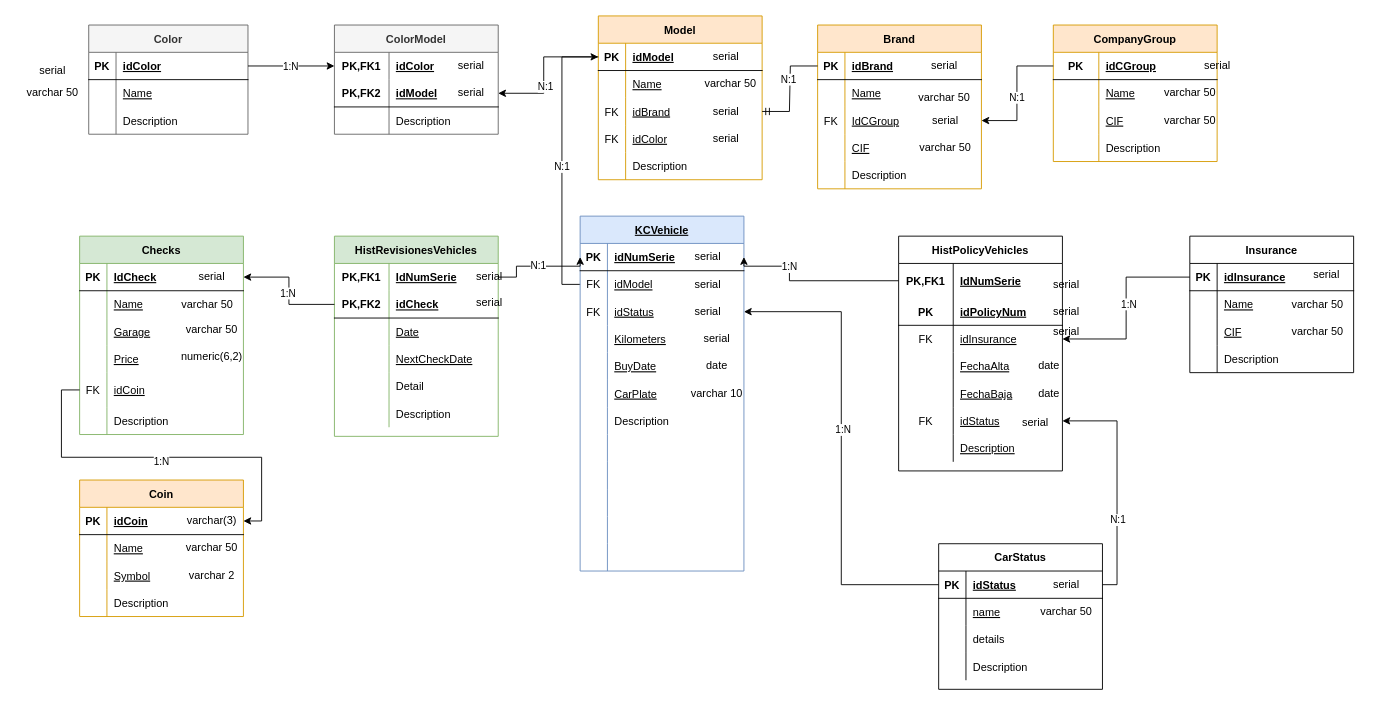
scastrom91/scastrom91 keeps this draw.io diagram as S.Castro - SQL KCVehicles/scastro KCVehicles.drawio. Above is the earlier version. Source tidied: cells renumbered, new cells numbered last; positions are measured from the earlier drawing's top-left corner, leaving out a move shared by most shapes. Both pictures are drawn from the tidied source at 91%, with x=0, y=0 at pixel (15, 15).
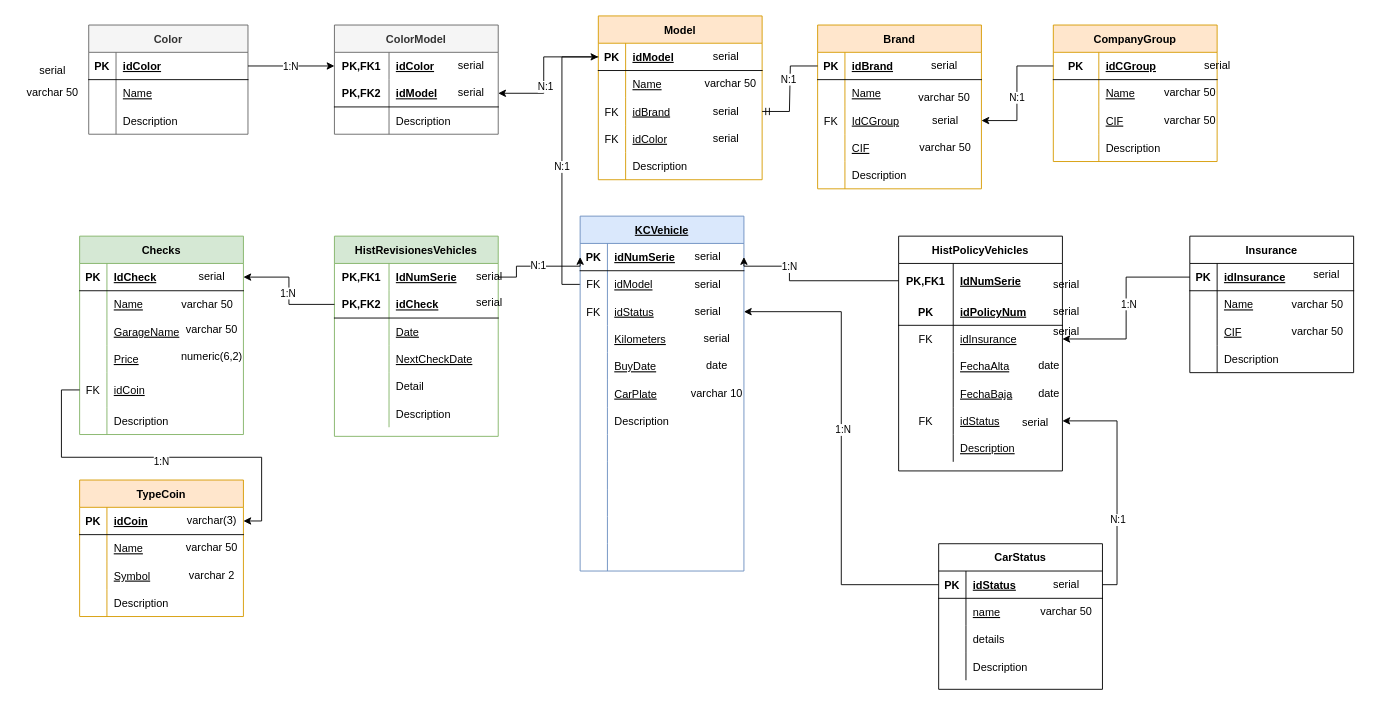
The same page after the edit.

The change refers to these unchanged cells:
```xml
<mxCell id="77" style="shape=tableRow;horizontal=0;startSize=0;swimlaneHead=0;swimlaneBody=0;fillColor=none;top=0;left=0;right=0;bottom=0;" parent="70" vertex="1">
  <mxGeometry y="90" width="180" height="30" as="geometry" />
</mxCell>
```

Diff of the diagram source:
```diff
@@
-    <mxCell id="79" value="Garage" style="shape=partialRectangle;fillColor=none;top=0;left=0;bottom=0;right=0;align=left;spacingLeft=6;overflow=hidden;fontStyle=4;" parent="77" vertex="1">
+    <mxCell id="79" value="GarageName" style="shape=partialRectangle;fillColor=none;top=0;left=0;bottom=0;right=0;align=left;spacingLeft=6;overflow=hidden;fontStyle=4;" parent="77" vertex="1">
       <mxGeometry x="30" width="150" height="30" as="geometry" />
     </mxCell>
@@
-    <mxCell id="89" value="Coin" style="shape=table;startSize=30;childLayout=tableLayout;rowLines=0;fontStyle=1;align=center;fillColor=#ffe6cc;strokeColor=#d79b00;" parent="1" vertex="1">
+    <mxCell id="89" value="TypeCoin" style="shape=table;startSize=30;childLayout=tableLayout;rowLines=0;fontStyle=1;align=center;fillColor=#ffe6cc;strokeColor=#d79b00;" parent="1" vertex="1">
       <mxGeometry x="70" y="510" width="180" height="150" as="geometry" />
     </mxCell>
```
